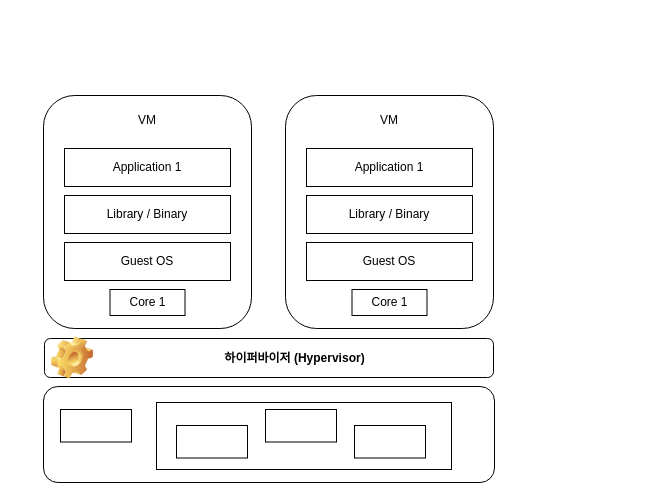
Jiwon-lee-me/cicd-web-project keeps this draw.io diagram as io/Build_Server_Comparing.drawio. Above is the earlier version. Source tidied: cells renumbered, new cells numbered last; positions are measured from the earlier drawing's top-left corner, leaving out a move shared by most shapes. Both pictures are drawn from the tidied source at 100%, with x=0, y=0 at pixel (43, 95).
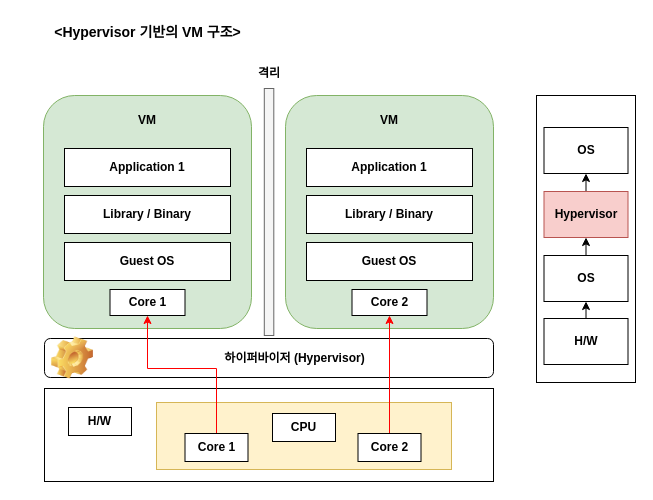
The same page after the edit.

Diff of the diagram source:
```diff
@@
+    <mxCell id="21" style="rounded=0;whiteSpace=wrap;html=1;" parent="1" vertex="1">
+      <mxGeometry x="1" y="293" width="449" height="93" as="geometry" />
+    </mxCell>
-    <mxCell id="2" style="rounded=1;whiteSpace=wrap;html=1;" parent="1" vertex="1">
+    <mxCell id="2" style="rounded=1;whiteSpace=wrap;html=1;fillColor=#d5e8d4;strokeColor=#82b366;" parent="1" vertex="1">
       <mxGeometry width="208" height="233" as="geometry" />
     </mxCell>
-    <mxCell id="3" value="Application 1" style="rounded=0;whiteSpace=wrap;html=1;" parent="1" vertex="1">
+    <mxCell id="3" value="&lt;b&gt;Application 1&lt;/b&gt;" style="rounded=0;whiteSpace=wrap;html=1;" parent="1" vertex="1">
       <mxGeometry x="21" y="53" width="166" height="38" as="geometry" />
     </mxCell>
-    <mxCell id="4" value="Library / Binary" style="rounded=0;whiteSpace=wrap;html=1;" parent="1" vertex="1">
+    <mxCell id="4" value="&lt;b&gt;Library / Binary&lt;/b&gt;" style="rounded=0;whiteSpace=wrap;html=1;" parent="1" vertex="1">
       <mxGeometry x="21" y="100" width="166" height="38" as="geometry" />
     </mxCell>
-    <mxCell id="5" value="Guest OS" style="rounded=0;whiteSpace=wrap;html=1;" parent="1" vertex="1">
+    <mxCell id="5" value="&lt;b&gt;Guest OS&lt;/b&gt;" style="rounded=0;whiteSpace=wrap;html=1;" parent="1" vertex="1">
       <mxGeometry x="21" y="147" width="166" height="38" as="geometry" />
     </mxCell>
-    <mxCell id="6" value="Core 1" style="rounded=0;whiteSpace=wrap;html=1;" parent="1" vertex="1">
+    <mxCell id="6" value="&lt;b&gt;Core 1&lt;/b&gt;" style="rounded=0;whiteSpace=wrap;html=1;" parent="1" vertex="1">
       <mxGeometry x="66.5" y="194" width="75" height="26" as="geometry" />
     </mxCell>
-    <mxCell id="7" style="rounded=1;whiteSpace=wrap;html=1;" parent="1" vertex="1">
+    <mxCell id="7" style="rounded=1;whiteSpace=wrap;html=1;fillColor=#d5e8d4;strokeColor=#82b366;" parent="1" vertex="1">
       <mxGeometry x="242" width="208" height="233" as="geometry" />
     </mxCell>
-    <mxCell id="8" value="Application 1" style="rounded=0;whiteSpace=wrap;html=1;" parent="1" vertex="1">
+    <mxCell id="8" value="&lt;b&gt;Application 1&lt;/b&gt;" style="rounded=0;whiteSpace=wrap;html=1;" parent="1" vertex="1">
       <mxGeometry x="263" y="53" width="166" height="38" as="geometry" />
     </mxCell>
-    <mxCell id="9" value="Library / Binary" style="rounded=0;whiteSpace=wrap;html=1;" parent="1" vertex="1">
+    <mxCell id="9" value="&lt;b&gt;Library / Binary&lt;/b&gt;" style="rounded=0;whiteSpace=wrap;html=1;" parent="1" vertex="1">
       <mxGeometry x="263" y="100" width="166" height="38" as="geometry" />
     </mxCell>
-    <mxCell id="10" value="Guest OS" style="rounded=0;whiteSpace=wrap;html=1;" parent="1" vertex="1">
+    <mxCell id="10" value="&lt;b&gt;Guest OS&lt;/b&gt;" style="rounded=0;whiteSpace=wrap;html=1;" parent="1" vertex="1">
       <mxGeometry x="263" y="147" width="166" height="38" as="geometry" />
     </mxCell>
-    <mxCell id="11" value="Core 1" style="rounded=0;whiteSpace=wrap;html=1;" parent="1" vertex="1">
+    <mxCell id="11" value="&lt;b&gt;Core 2&lt;/b&gt;" style="rounded=0;whiteSpace=wrap;html=1;" parent="1" vertex="1">
       <mxGeometry x="308.5" y="194" width="75" height="26" as="geometry" />
     </mxCell>
-    <mxCell id="12" value="VM" style="text;html=1;strokeColor=none;fillColor=none;align=center;verticalAlign=middle;whiteSpace=wrap;rounded=0;" parent="1" vertex="1">
+    <mxCell id="12" value="&lt;b&gt;VM&lt;/b&gt;" style="text;html=1;strokeColor=none;fillColor=none;align=center;verticalAlign=middle;whiteSpace=wrap;rounded=0;" parent="1" vertex="1">
       <mxGeometry x="74" y="10" width="60" height="30" as="geometry" />
     </mxCell>
-    <mxCell id="13" value="VM" style="text;html=1;strokeColor=none;fillColor=none;align=center;verticalAlign=middle;whiteSpace=wrap;rounded=0;" parent="1" vertex="1">
+    <mxCell id="13" value="&lt;b&gt;VM&lt;/b&gt;" style="text;html=1;strokeColor=none;fillColor=none;align=center;verticalAlign=middle;whiteSpace=wrap;rounded=0;" parent="1" vertex="1">
       <mxGeometry x="316" y="10" width="60" height="30" as="geometry" />
     </mxCell>
@@
-    <mxCell id="15" style="rounded=1;whiteSpace=wrap;html=1;" parent="1" vertex="1">
-      <mxGeometry y="291" width="451" height="96" as="geometry" />
-    </mxCell>
-    <mxCell id="16" style="rounded=0;whiteSpace=wrap;html=1;" parent="1" vertex="1">
-      <mxGeometry x="17" y="314" width="71" height="32.5" as="geometry" />
-    </mxCell>
-    <mxCell id="17" style="rounded=0;whiteSpace=wrap;html=1;" parent="1" vertex="1">
+    <mxCell id="17" style="rounded=0;whiteSpace=wrap;html=1;fillColor=#fff2cc;strokeColor=#d6b656;" parent="1" vertex="1">
       <mxGeometry x="113" y="307" width="295" height="67" as="geometry" />
     </mxCell>
-    <mxCell id="18" style="rounded=0;whiteSpace=wrap;html=1;" parent="1" vertex="1">
-      <mxGeometry x="311" y="330" width="71" height="32.5" as="geometry" />
-    </mxCell>
-    <mxCell id="19" style="rounded=0;whiteSpace=wrap;html=1;" parent="1" vertex="1">
-      <mxGeometry x="133" y="330" width="71" height="32.5" as="geometry" />
-    </mxCell>
-    <mxCell id="20" style="rounded=0;whiteSpace=wrap;html=1;" parent="1" vertex="1">
-      <mxGeometry x="222" y="314" width="71" height="32.5" as="geometry" />
-    </mxCell>
+    <mxCell id="22" style="rounded=0;whiteSpace=wrap;html=1;fillColor=#f5f5f5;fontColor=#333333;strokeColor=#666666;" parent="1" vertex="1">
+      <mxGeometry x="220.8" y="-7" width="9.5" height="247" as="geometry" />
+    </mxCell>
+    <mxCell id="23" value="&lt;b&gt;H/W&lt;/b&gt;" style="rounded=0;whiteSpace=wrap;html=1;" parent="1" vertex="1">
+      <mxGeometry x="25" y="312" width="63" height="28" as="geometry" />
+    </mxCell>
+    <mxCell id="24" style="edgeStyle=orthogonalEdgeStyle;rounded=0;jettySize=auto;html=1;exitX=0.5;exitY=0;exitDx=0;exitDy=0;entryX=0.5;entryY=1;entryDx=0;entryDy=0;strokeColor=#ff0000;" parent="1" edge="1" source="25" target="6">
+      <mxGeometry relative="1" as="geometry">
+        <Array as="points">
+          <mxPoint x="173" y="273" />
+          <mxPoint x="104" y="273" />
+        </Array>
+      </mxGeometry>
+    </mxCell>
+    <mxCell id="25" value="&lt;b&gt;Core 1&lt;/b&gt;" style="rounded=0;whiteSpace=wrap;html=1;" parent="1" vertex="1">
+      <mxGeometry x="141.5" y="338" width="63" height="28" as="geometry" />
+    </mxCell>
+    <mxCell id="26" style="edgeStyle=orthogonalEdgeStyle;rounded=0;jettySize=auto;html=1;exitX=0.5;exitY=0;exitDx=0;exitDy=0;entryX=0.5;entryY=1;entryDx=0;entryDy=0;strokeColor=#ff0000;" parent="1" edge="1" source="27" target="11">
+      <mxGeometry relative="1" as="geometry" />
+    </mxCell>
+    <mxCell id="27" value="&lt;b&gt;Core 2&lt;/b&gt;" style="rounded=0;whiteSpace=wrap;html=1;" parent="1" vertex="1">
+      <mxGeometry x="314.5" y="338" width="63" height="28" as="geometry" />
+    </mxCell>
+    <mxCell id="28" value="&lt;b&gt;CPU&lt;/b&gt;" style="rounded=0;whiteSpace=wrap;html=1;" parent="1" vertex="1">
+      <mxGeometry x="229" y="318" width="63" height="28" as="geometry" />
+    </mxCell>
+    <mxCell id="29" value="&lt;b&gt;격리&lt;/b&gt;" style="text;html=1;strokeColor=none;fillColor=none;align=center;verticalAlign=middle;whiteSpace=wrap;rounded=0;" parent="1" vertex="1">
+      <mxGeometry x="195.5" y="-37" width="60" height="30" as="geometry" />
+    </mxCell>
+    <mxCell id="30" value="&lt;b&gt;&lt;font style=&quot;font-size: 14px;&quot;&gt;&amp;lt;Hypervisor 기반의 VM 구조&amp;gt;&lt;/font&gt;&lt;/b&gt;" style="text;html=1;strokeColor=none;fillColor=none;align=center;verticalAlign=middle;whiteSpace=wrap;rounded=0;" parent="1" vertex="1">
+      <mxGeometry x="-26.2" y="-78" width="260.5" height="30" as="geometry" />
+    </mxCell>
+    <mxCell id="31" style="rounded=0;whiteSpace=wrap;html=1;" parent="1" vertex="1">
+      <mxGeometry x="493" width="99" height="287" as="geometry" />
+    </mxCell>
+    <mxCell id="32" style="edgeStyle=orthogonalEdgeStyle;rounded=0;jettySize=auto;html=1;exitX=0.5;exitY=0;exitDx=0;exitDy=0;entryX=0.5;entryY=1;entryDx=0;entryDy=0;" parent="1" edge="1" source="33" target="35">
+      <mxGeometry relative="1" as="geometry" />
+    </mxCell>
+    <mxCell id="33" value="&lt;b&gt;H/W&lt;/b&gt;" style="rounded=0;whiteSpace=wrap;html=1;" parent="1" vertex="1">
+      <mxGeometry x="500.5" y="223" width="84" height="46" as="geometry" />
+    </mxCell>
+    <mxCell id="34" style="edgeStyle=orthogonalEdgeStyle;rounded=0;jettySize=auto;html=1;exitX=0.5;exitY=0;exitDx=0;exitDy=0;entryX=0.5;entryY=1;entryDx=0;entryDy=0;" parent="1" edge="1" source="35" target="37">
+      <mxGeometry relative="1" as="geometry" />
+    </mxCell>
+    <mxCell id="35" value="&lt;b&gt;OS&lt;/b&gt;" style="rounded=0;whiteSpace=wrap;html=1;" parent="1" vertex="1">
+      <mxGeometry x="500.5" y="160" width="84" height="46" as="geometry" />
+    </mxCell>
+    <mxCell id="36" style="edgeStyle=orthogonalEdgeStyle;rounded=0;jettySize=auto;html=1;exitX=0.5;exitY=0;exitDx=0;exitDy=0;entryX=0.5;entryY=1;entryDx=0;entryDy=0;" parent="1" edge="1" source="37" target="38">
+      <mxGeometry relative="1" as="geometry" />
+    </mxCell>
+    <mxCell id="37" value="&lt;b&gt;Hypervisor&lt;/b&gt;" style="rounded=0;whiteSpace=wrap;html=1;fillColor=#f8cecc;strokeColor=#b85450;" parent="1" vertex="1">
+      <mxGeometry x="500.5" y="96" width="84" height="46" as="geometry" />
+    </mxCell>
+    <mxCell id="38" value="&lt;b&gt;OS&lt;/b&gt;" style="rounded=0;whiteSpace=wrap;html=1;" parent="1" vertex="1">
+      <mxGeometry x="500.5" y="32" width="84" height="46" as="geometry" />
+    </mxCell>
```
